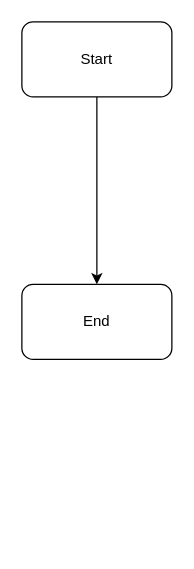
The draw.io diagram Untitled Diagram.drawio in RosenRitter-Mike/RosenRitter-Mike, before the edit. Source tidied: cells renumbered, new cells numbered last; positions are measured from the earlier drawing's top-left corner, leaving out a move shared by most shapes. Both pictures are drawn from the tidied source at 125%, with x=0, y=0 at pixel (21, 21).
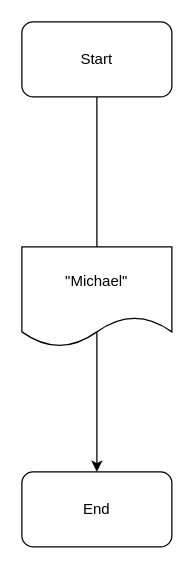
The same diagram, later.

The edit, as a diff of the source:
```diff
@@
 <mxGraphModel>
   <root>
     <mxCell id="0" />
     <mxCell id="1" parent="0" />
     <mxCell id="2" value="Start" style="rounded=1;whiteSpace=wrap;html=1;" parent="1" vertex="1">
       <mxGeometry width="120" height="60" as="geometry" />
     </mxCell>
     <mxCell id="3" value="End" style="rounded=1;whiteSpace=wrap;html=1;" parent="1" vertex="1">
-      <mxGeometry y="210" width="120" height="60" as="geometry" />
+      <mxGeometry y="360" width="120" height="60" as="geometry" />
     </mxCell>
     <mxCell id="4" style="endArrow=classic;html=1;rounded=0;entryX=0.5;entryY=0;entryDx=0;entryDy=0;exitX=0.5;exitY=1;exitDx=0;exitDy=0;" parent="1" edge="1" source="2" target="3">
       <mxGeometry relative="1" as="geometry" />
     </mxCell>
+    <mxCell id="5" value="&quot;Michael&quot;" style="shape=document;whiteSpace=wrap;html=1;boundedLbl=1;" parent="1" vertex="1">
+      <mxGeometry y="180" width="120" height="80" as="geometry" />
+    </mxCell>
   </root>
 </mxGraphModel>
```
